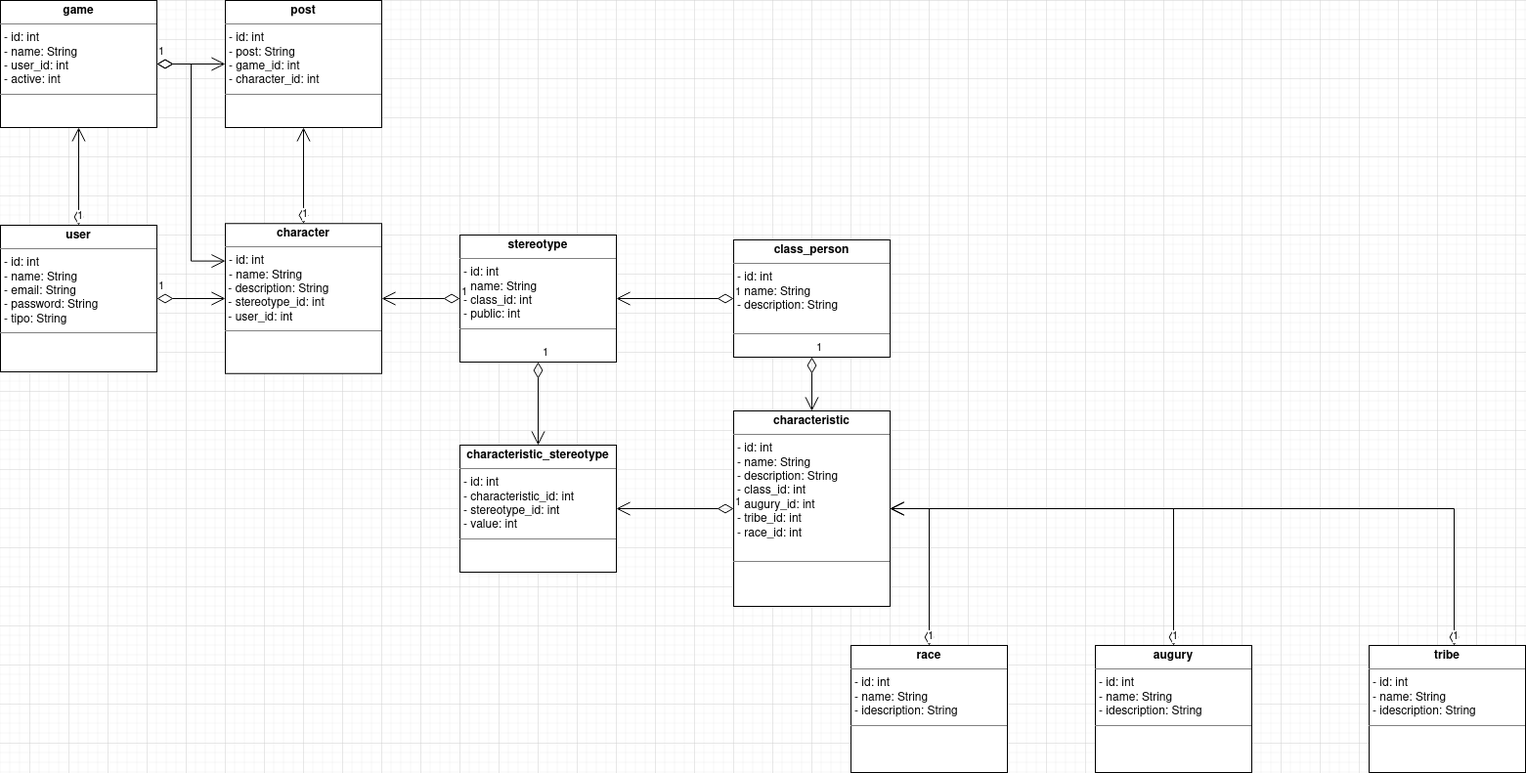
Before: diagrama_de_classes.drawio.png, a diagram exported from draw.io (fabriciodiasoliveira/mundo-sombrio-rpg). Source tidied: cells renumbered, new cells last; positions are measured from the earlier drawing's top-left corner, leaving out a move shared by most shapes.
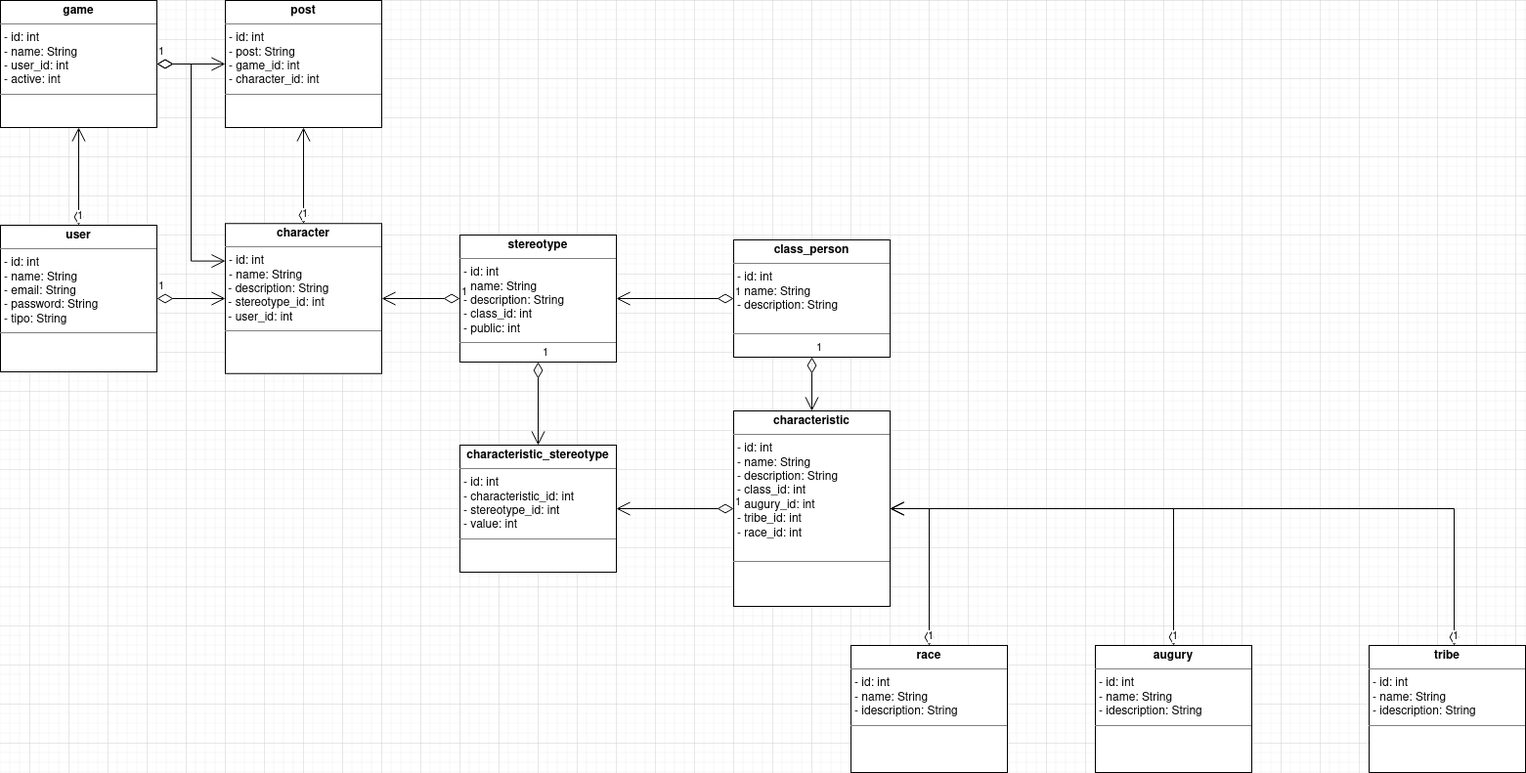
After the commit.

Commit message:
#4: Correção do diagrama de classes

Change to the diagram source:
```diff
@@ -5,7 +5,7 @@
     <mxCell id="2" value="&lt;p style=&quot;margin:0px;margin-top:4px;text-align:center;&quot;&gt;&lt;b&gt;user&lt;/b&gt;&lt;/p&gt;&lt;hr size=&quot;1&quot;&gt;&lt;p style=&quot;margin:0px;margin-left:4px;&quot;&gt;- id: int&lt;/p&gt;&lt;p style=&quot;margin:0px;margin-left:4px;&quot;&gt;- name: String&lt;/p&gt;&lt;p style=&quot;margin:0px;margin-left:4px;&quot;&gt;- email: String&lt;/p&gt;&lt;p style=&quot;margin:0px;margin-left:4px;&quot;&gt;- password: String&lt;/p&gt;&lt;p style=&quot;margin:0px;margin-left:4px;&quot;&gt;- tipo: String&lt;br&gt;&lt;/p&gt;&lt;hr size=&quot;1&quot;&gt;&lt;p style=&quot;margin:0px;margin-left:4px;&quot;&gt;&lt;br&gt;&lt;/p&gt;" style="verticalAlign=top;align=left;overflow=fill;fontSize=12;fontFamily=Helvetica;html=1;" parent="1" vertex="1">
       <mxGeometry y="230" width="160" height="150" as="geometry" />
     </mxCell>
-    <mxCell id="3" value="&lt;p style=&quot;margin:0px;margin-top:4px;text-align:center;&quot;&gt;&lt;b&gt;stereotype&lt;/b&gt;&lt;br&gt;&lt;/p&gt;&lt;hr size=&quot;1&quot;&gt;&lt;p style=&quot;margin:0px;margin-left:4px;&quot;&gt;- id: int&lt;/p&gt;&lt;p style=&quot;margin:0px;margin-left:4px;&quot;&gt;- name: String&lt;/p&gt;&lt;p style=&quot;margin:0px;margin-left:4px;&quot;&gt;- class_id: int&lt;/p&gt;&lt;p style=&quot;margin:0px;margin-left:4px;&quot;&gt;- public: int&lt;/p&gt;&lt;hr size=&quot;1&quot;&gt;&lt;p style=&quot;margin:0px;margin-left:4px;&quot;&gt;&lt;br&gt;&lt;/p&gt;" style="verticalAlign=top;align=left;overflow=fill;fontSize=12;fontFamily=Helvetica;html=1;" parent="1" vertex="1">
+    <mxCell id="3" value="&lt;p style=&quot;margin:0px;margin-top:4px;text-align:center;&quot;&gt;&lt;b&gt;stereotype&lt;/b&gt;&lt;br&gt;&lt;/p&gt;&lt;hr size=&quot;1&quot;&gt;&lt;p style=&quot;margin:0px;margin-left:4px;&quot;&gt;- id: int&lt;/p&gt;&lt;p style=&quot;margin:0px;margin-left:4px;&quot;&gt;- name: String&lt;/p&gt;&lt;p style=&quot;margin:0px;margin-left:4px;&quot;&gt;- description: String&lt;/p&gt;&lt;p style=&quot;margin:0px;margin-left:4px;&quot;&gt;- class_id: int&lt;/p&gt;&lt;p style=&quot;margin:0px;margin-left:4px;&quot;&gt;- public: int&lt;/p&gt;&lt;hr size=&quot;1&quot;&gt;&lt;p style=&quot;margin:0px;margin-left:4px;&quot;&gt;&lt;br&gt;&lt;/p&gt;" style="verticalAlign=top;align=left;overflow=fill;fontSize=12;fontFamily=Helvetica;html=1;" parent="1" vertex="1">
       <mxGeometry x="470" y="240" width="160" height="130" as="geometry" />
     </mxCell>
     <mxCell id="4" value="&lt;p style=&quot;margin:0px;margin-top:4px;text-align:center;&quot;&gt;&lt;b&gt;class_person&lt;/b&gt;&lt;/p&gt;&lt;hr size=&quot;1&quot;&gt;&lt;p style=&quot;margin:0px;margin-left:4px;&quot;&gt;- id: int&lt;/p&gt;&lt;p style=&quot;margin:0px;margin-left:4px;&quot;&gt;- name: String&lt;/p&gt;&lt;p style=&quot;margin:0px;margin-left:4px;&quot;&gt;- description: String&lt;/p&gt;&lt;br&gt;&lt;hr size=&quot;1&quot;&gt;&lt;p style=&quot;margin:0px;margin-left:4px;&quot;&gt;&lt;br&gt;&lt;/p&gt;" style="verticalAlign=top;align=left;overflow=fill;fontSize=12;fontFamily=Helvetica;html=1;" parent="1" vertex="1">
```
